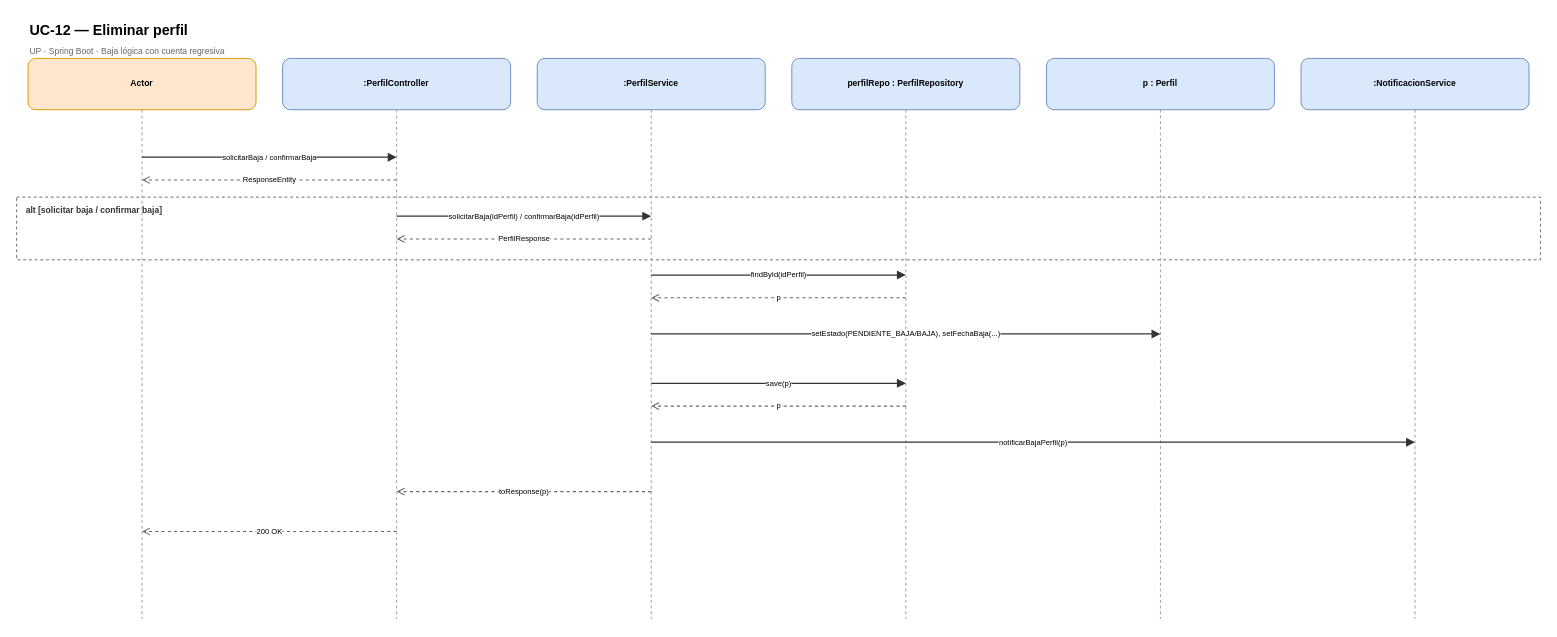
Earlier version of the draw.io diagram page "UC-12 — Eliminar perfil" (6 of 28) of docs/3_diseño/diagramas/DSD_Final.drawio (mgroko/modalink-backend). Source tidied: cells renumbered, new cells numbered last; positions are measured from the earlier drawing's top-left corner, leaving out a move shared by most shapes. Both pictures are drawn from the tidied source at 95%, with x=0, y=0 at pixel (16, 16).
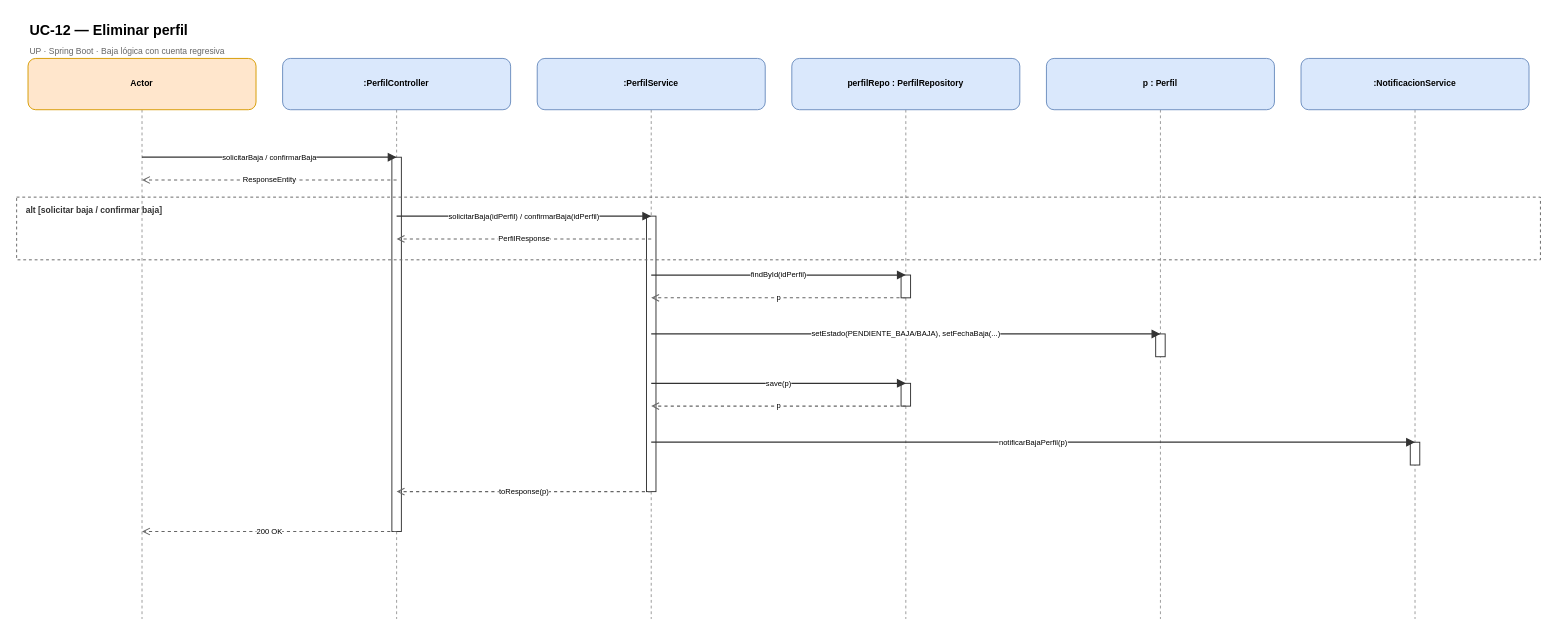
After the change.

Change to the diagram source:
```diff
@@
-    <mxCell id="4" value="alt [solicitar baja / confirmar baja]" style="rounded=0;whiteSpace=wrap;html=1;fillColor=none;strokeColor=#666666;dashed=1;verticalAlign=top;align=left;spacingLeft=8;spacingTop=2;fontSize=9;fontStyle=1;fontColor=#333333;" parent="1" vertex="1">
-      <mxGeometry y="190" width="1604" height="66" as="geometry" />
-    </mxCell>
@@
+    <mxCell id="29" style="rounded=0;whiteSpace=wrap;html=1;fillColor=#FFFFFF;strokeColor=#333333;strokeWidth=1;" parent="1" vertex="1">
+      <mxGeometry x="395" y="148" width="10" height="394" as="geometry" />
+    </mxCell>
+    <mxCell id="30" style="rounded=0;whiteSpace=wrap;html=1;fillColor=#FFFFFF;strokeColor=#333333;strokeWidth=1;" parent="1" vertex="1">
+      <mxGeometry x="663" y="210" width="10" height="290" as="geometry" />
+    </mxCell>
+    <mxCell id="31" style="rounded=0;whiteSpace=wrap;html=1;fillColor=#FFFFFF;strokeColor=#333333;strokeWidth=1;" parent="1" vertex="1">
+      <mxGeometry x="931" y="272" width="10" height="24" as="geometry" />
+    </mxCell>
+    <mxCell id="32" style="rounded=0;whiteSpace=wrap;html=1;fillColor=#FFFFFF;strokeColor=#333333;strokeWidth=1;" parent="1" vertex="1">
+      <mxGeometry x="931" y="386" width="10" height="24" as="geometry" />
+    </mxCell>
+    <mxCell id="33" style="rounded=0;whiteSpace=wrap;html=1;fillColor=#FFFFFF;strokeColor=#333333;strokeWidth=1;" parent="1" vertex="1">
+      <mxGeometry x="1199" y="334" width="10" height="24" as="geometry" />
+    </mxCell>
+    <mxCell id="34" style="rounded=0;whiteSpace=wrap;html=1;fillColor=#FFFFFF;strokeColor=#333333;strokeWidth=1;" parent="1" vertex="1">
+      <mxGeometry x="1467" y="448" width="10" height="24" as="geometry" />
+    </mxCell>
+    <mxCell id="4" value="alt [solicitar baja / confirmar baja]" style="rounded=0;whiteSpace=wrap;html=1;fillColor=none;strokeColor=#666666;dashed=1;verticalAlign=top;align=left;spacingLeft=8;spacingTop=2;fontSize=9;fontStyle=1;fontColor=#333333;" parent="1" vertex="1">
+      <mxGeometry y="190" width="1604" height="66" as="geometry" />
+    </mxCell>
```
